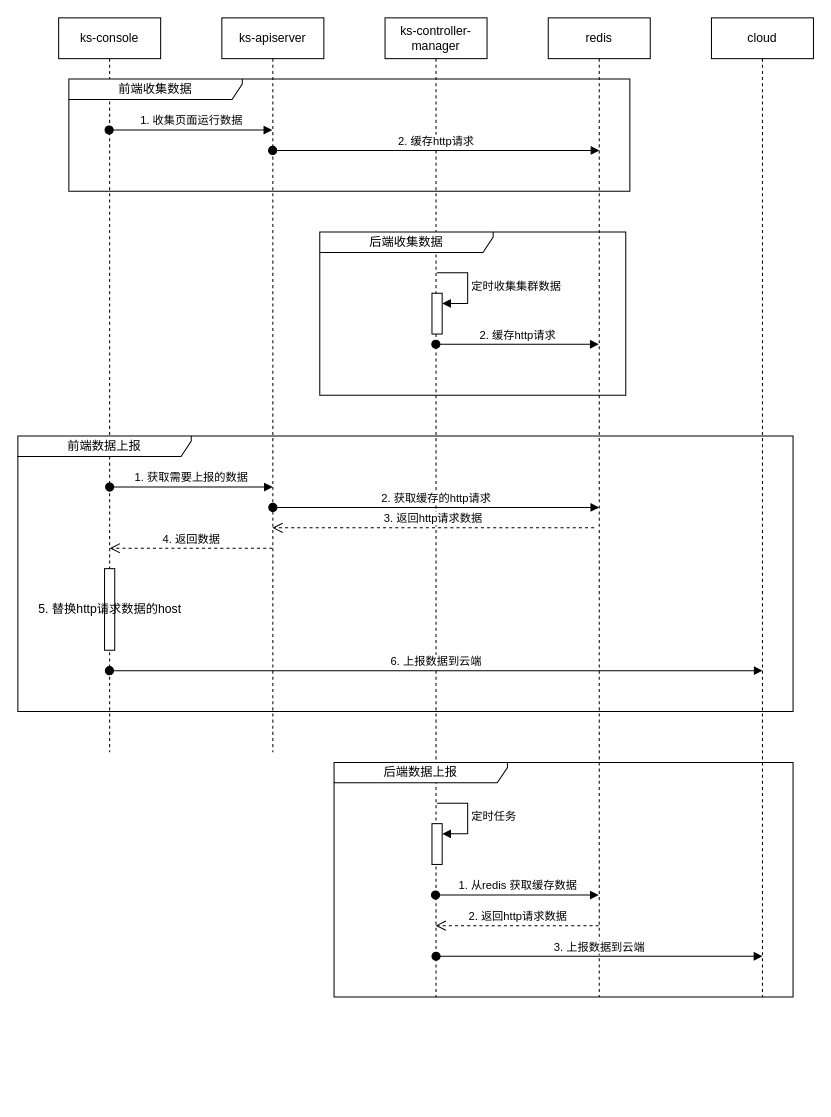
This is kubesphere/kse/telemetry.drawio from redscholar/drawio, a draw.io file, before an edit. Source tidied: cells renumbered, new cells numbered last; positions are measured from the earlier drawing's top-left corner, leaving out a move shared by most shapes. Both pictures are drawn from the tidied source at 102%, with x=0, y=0 at pixel (17, 17).
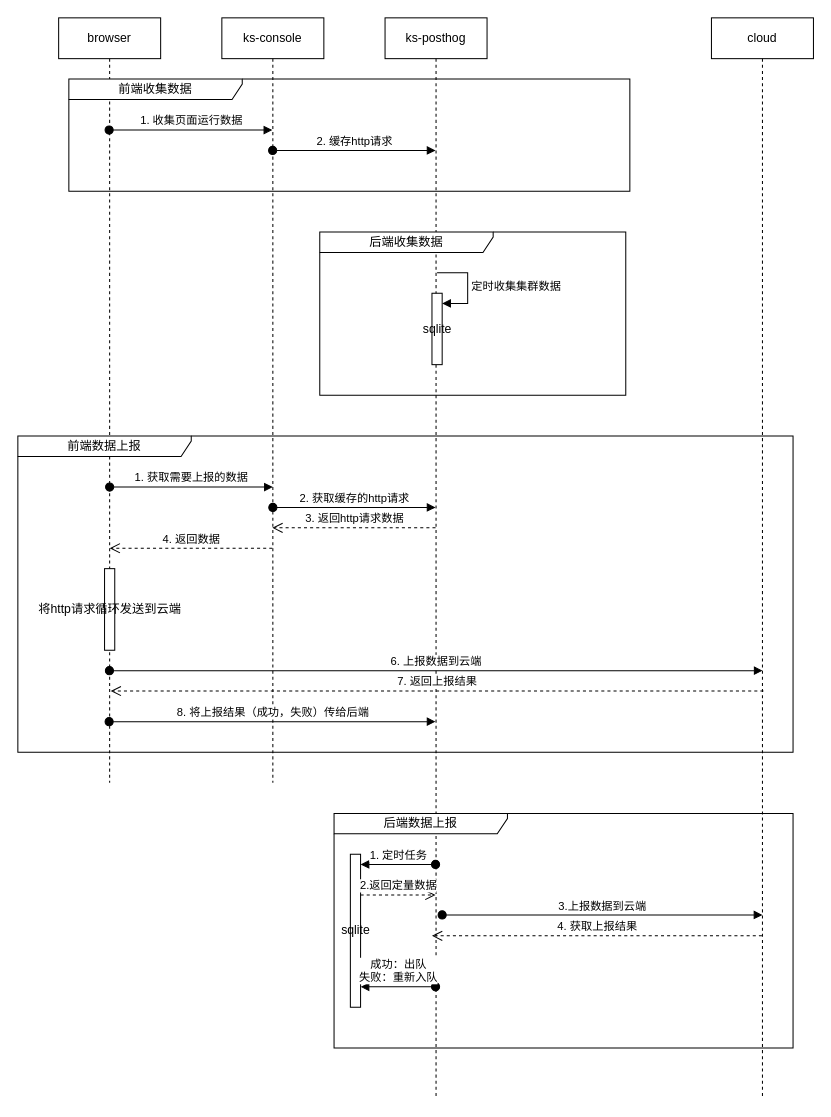
The same diagram, later.

What changed in the source:
```diff
@@
-    <mxCell id="2" value="ks-console" style="shape=umlLifeline;perimeter=lifelinePerimeter;whiteSpace=wrap;html=1;outlineConnect=0;portConstraint=eastwest;newEdgeStyle={&quot;curved&quot;:0,&quot;rounded&quot;:0};" parent="1" vertex="1">
-      <mxGeometry x="40" width="100" height="720" as="geometry" />
+    <mxCell id="2" value="browser" style="shape=umlLifeline;perimeter=lifelinePerimeter;whiteSpace=wrap;html=1;outlineConnect=0;portConstraint=eastwest;newEdgeStyle={&quot;curved&quot;:0,&quot;rounded&quot;:0};" parent="1" vertex="1">
+      <mxGeometry x="40" width="100" height="750" as="geometry" />
     </mxCell>
-    <mxCell id="3" value="5. 替换http请求数据的host" style="html=1;perimeter=orthogonalPerimeter;targetShapes=umlLifeline;newEdgeStyle={&quot;curved&quot;:0,&quot;rounded&quot;:0};" parent="2" vertex="1">
+    <mxCell id="3" value="将http请求循环发送到云端" style="html=1;perimeter=orthogonalPerimeter;targetShapes=umlLifeline;newEdgeStyle={&quot;curved&quot;:0,&quot;rounded&quot;:0};" parent="2" vertex="1">
       <mxGeometry x="45" y="540" width="10" height="80" as="geometry" />
     </mxCell>
-    <mxCell id="4" value="ks-apiserver" style="shape=umlLifeline;perimeter=lifelinePerimeter;whiteSpace=wrap;html=1;newEdgeStyle={&quot;curved&quot;:0,&quot;rounded&quot;:0};" parent="1" vertex="1">
-      <mxGeometry x="200" width="100" height="720" as="geometry" />
+    <mxCell id="4" value="ks-console" style="shape=umlLifeline;perimeter=lifelinePerimeter;whiteSpace=wrap;html=1;newEdgeStyle={&quot;curved&quot;:0,&quot;rounded&quot;:0};" parent="1" vertex="1">
+      <mxGeometry x="200" width="100" height="750" as="geometry" />
     </mxCell>
-    <mxCell id="5" value="ks-controller-manager" style="shape=umlLifeline;perimeter=lifelinePerimeter;whiteSpace=wrap;html=1;outlineConnect=0;portConstraint=eastwest;newEdgeStyle={&quot;curved&quot;:0,&quot;rounded&quot;:0};" parent="1" vertex="1">
-      <mxGeometry x="360" width="100" height="960" as="geometry" />
+    <mxCell id="5" value="ks-posthog" style="shape=umlLifeline;perimeter=lifelinePerimeter;whiteSpace=wrap;html=1;outlineConnect=0;portConstraint=eastwest;newEdgeStyle={&quot;curved&quot;:0,&quot;rounded&quot;:0};" parent="1" vertex="1">
+      <mxGeometry x="360" width="100" height="1060" as="geometry" />
     </mxCell>
-    <mxCell id="6" style="html=1;points=[[0,0,0,0,5],[0,1,0,0,-5],[1,0,0,0,5],[1,1,0,0,-5]];perimeter=orthogonalPerimeter;outlineConnect=0;targetShapes=umlLifeline;portConstraint=eastwest;newEdgeStyle={&quot;curved&quot;:0,&quot;rounded&quot;:0};" parent="5" vertex="1">
-      <mxGeometry x="46" y="790" width="10" height="40" as="geometry" />
-    </mxCell>
-    <mxCell id="7" value="定时任务" style="html=1;align=left;spacingLeft=2;endArrow=block;rounded=0;edgeStyle=orthogonalEdgeStyle;curved=0;rounded=0;" parent="5" edge="1" target="6">
-      <mxGeometry relative="1" as="geometry">
-        <mxPoint x="51" y="770" as="sourcePoint" />
-        <Array as="points">
-          <mxPoint x="81" y="800" />
-        </Array>
-      </mxGeometry>
-    </mxCell>
@@
-    <mxCell id="9" value="redis" style="shape=umlLifeline;perimeter=lifelinePerimeter;whiteSpace=wrap;html=1;newEdgeStyle={&quot;curved&quot;:0,&quot;rounded&quot;:0};" parent="1" vertex="1">
-      <mxGeometry x="520" width="100" height="960" as="geometry" />
-    </mxCell>
-    <mxCell id="10" value="2. 缓存http请求" style="html=1;verticalAlign=bottom;startArrow=oval;startFill=1;endArrow=block;startSize=8;curved=0;rounded=0;" parent="1" edge="1">
+    <mxCell id="10" value="2. 缓存http请求" style="html=1;verticalAlign=bottom;startArrow=oval;startFill=1;endArrow=block;startSize=8;curved=0;rounded=0;" parent="1" edge="1" target="5">
       <mxGeometry relative="1" as="geometry">
         <mxPoint x="249.8" y="130" as="sourcePoint" />
-        <mxPoint x="570.2" y="130" as="targetPoint" />
       </mxGeometry>
     </mxCell>
     <mxCell id="11" value="cloud" style="shape=umlLifeline;perimeter=lifelinePerimeter;whiteSpace=wrap;html=1;outlineConnect=0;portConstraint=eastwest;newEdgeStyle={&quot;curved&quot;:0,&quot;rounded&quot;:0};" parent="1" vertex="1">
-      <mxGeometry x="680" width="100" height="960" as="geometry" />
+      <mxGeometry x="680" width="100" height="1060" as="geometry" />
     </mxCell>
@@
     <mxCell id="14" value="前端数据上报" style="shape=umlFrame;whiteSpace=wrap;html=1;width=170;height=20;" parent="1" vertex="1">
-      <mxGeometry y="410" width="760" height="270" as="geometry" />
+      <mxGeometry y="410" width="760" height="310" as="geometry" />
     </mxCell>
-    <mxCell id="15" value="2. 获取缓存的http请求" style="html=1;verticalAlign=bottom;startArrow=oval;startFill=1;endArrow=block;startSize=8;curved=0;rounded=0;" parent="1" edge="1">
+    <mxCell id="15" value="2. 获取缓存的http请求" style="html=1;verticalAlign=bottom;startArrow=oval;startFill=1;endArrow=block;startSize=8;curved=0;rounded=0;" parent="1" edge="1" target="5">
       <mxGeometry relative="1" as="geometry">
         <mxPoint x="250" y="480" as="sourcePoint" />
-        <mxPoint x="570" y="480" as="targetPoint" />
       </mxGeometry>
     </mxCell>
-    <mxCell id="16" value="3. 返回http请求数据" style="html=1;verticalAlign=bottom;endArrow=open;dashed=1;endSize=8;curved=0;rounded=0;" parent="1" edge="1">
+    <mxCell id="16" value="3. 返回http请求数据" style="html=1;verticalAlign=bottom;endArrow=open;dashed=1;endSize=8;curved=0;rounded=0;" parent="1" edge="1" source="5">
       <mxGeometry relative="1" as="geometry">
-        <mxPoint x="565" y="500" as="sourcePoint" />
         <mxPoint x="249.5" y="500" as="targetPoint" />
       </mxGeometry>
     </mxCell>
@@
     <mxCell id="19" value="后端数据上报" style="shape=umlFrame;whiteSpace=wrap;html=1;width=170;height=20;" parent="1" vertex="1">
-      <mxGeometry x="310" y="730" width="450" height="230" as="geometry" />
+      <mxGeometry x="310" y="780" width="450" height="230" as="geometry" />
     </mxCell>
-    <mxCell id="20" value="1. 从redis 获取缓存数据" style="html=1;verticalAlign=bottom;startArrow=oval;startFill=1;endArrow=block;startSize=8;curved=0;rounded=0;" parent="1" edge="1">
-      <mxGeometry relative="1" as="geometry">
-        <mxPoint x="409.5" y="860" as="sourcePoint" />
-        <mxPoint x="569.5" y="860" as="targetPoint" />
-      </mxGeometry>
-    </mxCell>
-    <mxCell id="21" value="2. 返回http请求数据" style="html=1;verticalAlign=bottom;endArrow=open;dashed=1;endSize=8;curved=0;rounded=0;" parent="1" edge="1">
-      <mxGeometry relative="1" as="geometry">
-        <mxPoint x="569.5" y="890" as="sourcePoint" />
-        <mxPoint x="409.5" y="890" as="targetPoint" />
-      </mxGeometry>
-    </mxCell>
-    <mxCell id="22" value="3. 上报数据到云端" style="html=1;verticalAlign=bottom;startArrow=oval;startFill=1;endArrow=block;startSize=8;curved=0;rounded=0;" parent="1" edge="1">
+    <mxCell id="22" value="3.上报数据到云端" style="html=1;verticalAlign=bottom;startArrow=oval;startFill=1;endArrow=block;startSize=8;curved=0;rounded=0;" parent="1" edge="1">
       <mxGeometry relative="1" as="geometry">
-        <mxPoint x="410" y="920" as="sourcePoint" />
-        <mxPoint x="730" y="920" as="targetPoint" />
+        <mxPoint x="416" y="879.5" as="sourcePoint" />
+        <mxPoint x="730" y="879.5" as="targetPoint" />
       </mxGeometry>
     </mxCell>
-    <mxCell id="23" value="2. 缓存http请求" style="html=1;verticalAlign=bottom;startArrow=oval;startFill=1;endArrow=block;startSize=8;curved=0;rounded=0;" parent="1" edge="1">
-      <mxGeometry relative="1" as="geometry">
-        <mxPoint x="409.8" y="320" as="sourcePoint" />
-        <mxPoint x="569.5" y="320" as="targetPoint" />
-      </mxGeometry>
-    </mxCell>
@@
-    <mxCell id="25" style="html=1;points=[[0,0,0,0,5],[0,1,0,0,-5],[1,0,0,0,5],[1,1,0,0,-5]];perimeter=orthogonalPerimeter;outlineConnect=0;targetShapes=umlLifeline;portConstraint=eastwest;newEdgeStyle={&quot;curved&quot;:0,&quot;rounded&quot;:0};" parent="1" vertex="1">
-      <mxGeometry x="406" y="270" width="10" height="40" as="geometry" />
+    <mxCell id="25" value="sqlite" style="html=1;points=[[0,0,0,0,5],[0,1,0,0,-5],[1,0,0,0,5],[1,1,0,0,-5]];perimeter=orthogonalPerimeter;outlineConnect=0;targetShapes=umlLifeline;portConstraint=eastwest;newEdgeStyle={&quot;curved&quot;:0,&quot;rounded&quot;:0};" parent="1" vertex="1">
+      <mxGeometry x="406" y="270" width="10" height="70" as="geometry" />
     </mxCell>
@@
+    <mxCell id="27" value="7. 返回上报结果" style="html=1;verticalAlign=bottom;endArrow=open;dashed=1;endSize=8;curved=0;rounded=0;" parent="1" edge="1">
+      <mxGeometry relative="1" as="geometry">
+        <mxPoint x="731" y="660" as="sourcePoint" />
+        <mxPoint x="91" y="660" as="targetPoint" />
+      </mxGeometry>
+    </mxCell>
+    <mxCell id="28" value="8. 将上报结果（成功，失败）传给后端" style="html=1;verticalAlign=bottom;startArrow=oval;startFill=1;endArrow=block;startSize=8;curved=0;rounded=0;" parent="1" edge="1" source="2" target="5">
+      <mxGeometry relative="1" as="geometry">
+        <Array as="points">
+          <mxPoint x="236" y="690" />
+        </Array>
+      </mxGeometry>
+    </mxCell>
+    <mxCell id="29" value="4. 获取上报结果" style="html=1;verticalAlign=bottom;endArrow=open;dashed=1;endSize=8;curved=0;rounded=0;" parent="1" edge="1" source="11">
+      <mxGeometry relative="1" as="geometry">
+        <mxPoint x="406" y="900" as="targetPoint" />
+      </mxGeometry>
+    </mxCell>
+    <mxCell id="6" value="sqlite" style="html=1;points=[[0,0,0,0,5],[0,1,0,0,-5],[1,0,0,0,5],[1,1,0,0,-5]];perimeter=orthogonalPerimeter;outlineConnect=0;targetShapes=umlLifeline;portConstraint=eastwest;newEdgeStyle={&quot;curved&quot;:0,&quot;rounded&quot;:0};" parent="1" vertex="1">
+      <mxGeometry x="326" y="820" width="10" height="150" as="geometry" />
+    </mxCell>
+    <mxCell id="30" value="2.返回定量数据" style="html=1;verticalAlign=bottom;endArrow=open;dashed=1;endSize=8;curved=0;rounded=0;" parent="1" edge="1" source="6" target="5">
+      <mxGeometry relative="1" as="geometry">
+        <Array as="points">
+          <mxPoint x="366" y="860" />
+        </Array>
+      </mxGeometry>
+    </mxCell>
+    <mxCell id="31" value="1. 定时任务" style="html=1;verticalAlign=bottom;startArrow=oval;startFill=1;endArrow=block;startSize=8;curved=0;rounded=0;" parent="1" edge="1" source="5" target="6">
+      <mxGeometry relative="1" as="geometry">
+        <Array as="points">
+          <mxPoint x="376" y="830" />
+        </Array>
+      </mxGeometry>
+    </mxCell>
+    <mxCell id="32" value="成功：出队&lt;br&gt;&lt;div&gt;失败：重新入队&lt;/div&gt;" style="html=1;verticalAlign=bottom;startArrow=oval;startFill=1;endArrow=block;startSize=8;curved=0;rounded=0;" parent="1" edge="1" source="5" target="6">
+      <mxGeometry relative="1" as="geometry">
+        <Array as="points">
+          <mxPoint x="376" y="950" />
+        </Array>
+      </mxGeometry>
+    </mxCell>
```
